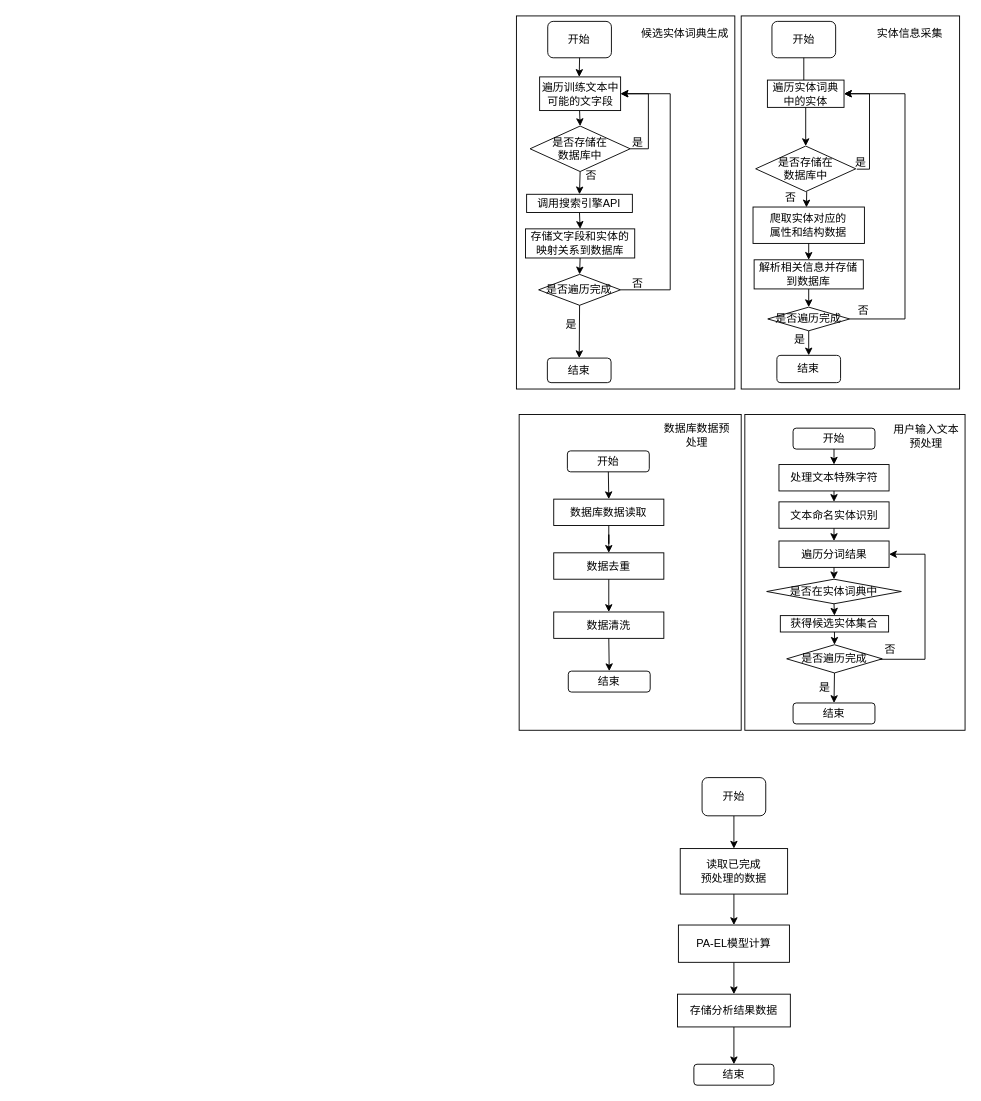
The draw.io diagram 数据采集.drawio in gcy519/try, before the edit. Source tidied: cells renumbered, new cells numbered last; positions are measured from the earlier drawing's top-left corner, leaving out a move shared by most shapes. Both pictures are drawn from the tidied source at 91%, with x=0, y=0 at pixel (516, 15).
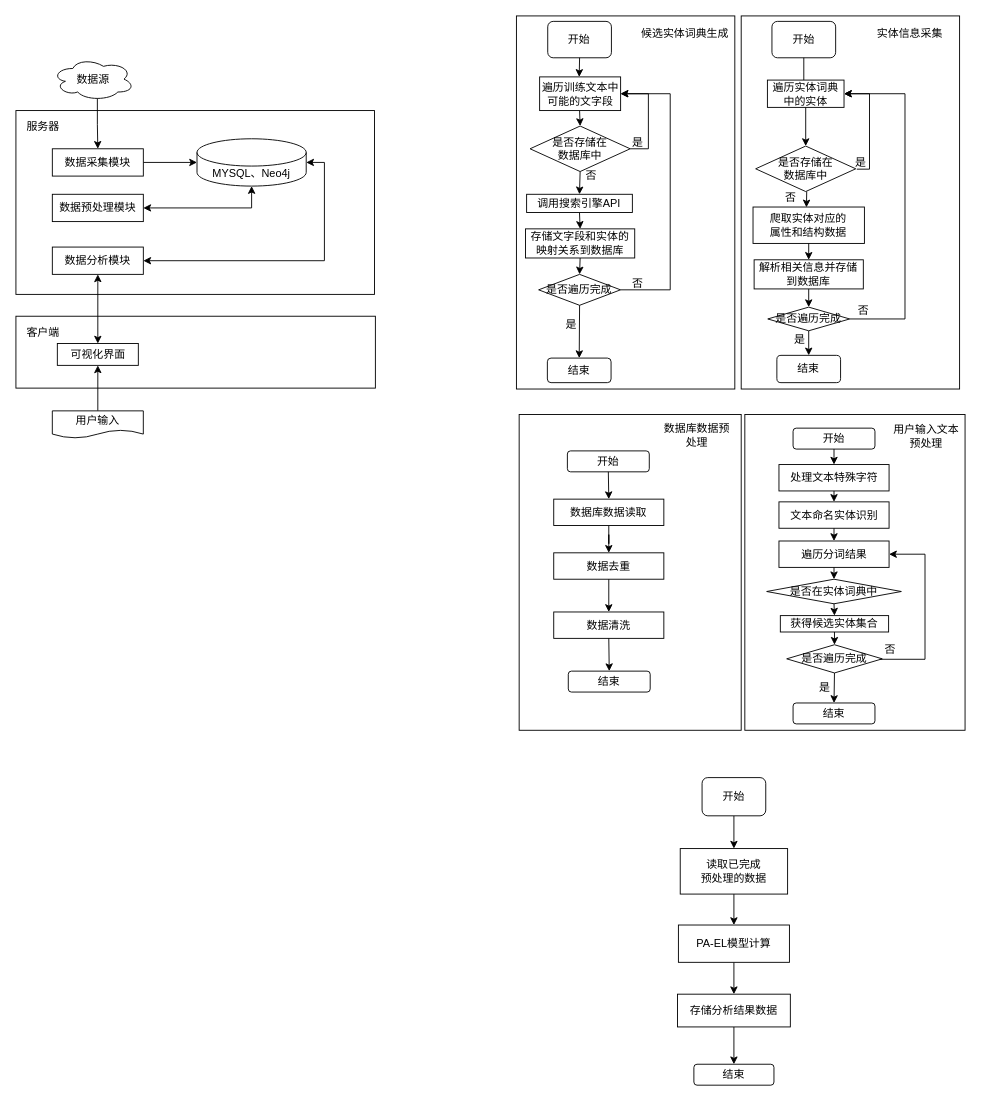
After the change.

Diff of the diagram source:
```diff
@@
+    <mxCell id="84" value="数据源" style="ellipse;shape=cloud;whiteSpace=wrap;html=1;" parent="1" vertex="1">
+      <mxGeometry x="-510" y="46" width="90" height="47" as="geometry" />
+    </mxCell>
+    <mxCell id="85" style="rounded=0;whiteSpace=wrap;html=1;" parent="1" vertex="1">
+      <mxGeometry x="-550" y="104" width="394" height="202" as="geometry" />
+    </mxCell>
+    <mxCell id="86" value="服务器" style="text;html=1;strokeColor=none;fillColor=none;align=center;verticalAlign=middle;whiteSpace=wrap;rounded=0;" parent="1" vertex="1">
+      <mxGeometry x="-550" y="107" width="60" height="30" as="geometry" />
+    </mxCell>
+    <mxCell id="87" style="rounded=0;whiteSpace=wrap;html=1;" parent="1" vertex="1">
+      <mxGeometry x="-550" y="330" width="395" height="79" as="geometry" />
+    </mxCell>
+    <mxCell id="88" value="客户端" style="text;html=1;strokeColor=none;fillColor=none;align=center;verticalAlign=middle;whiteSpace=wrap;rounded=0;" parent="1" vertex="1">
+      <mxGeometry x="-550" y="333" width="60" height="30" as="geometry" />
+    </mxCell>
+    <mxCell id="89" style="edgeStyle=orthogonalEdgeStyle;rounded=0;jettySize=auto;html=1;exitX=1;exitY=0.5;exitDx=0;exitDy=0;entryX=0;entryY=0.5;entryDx=0;entryDy=0;entryPerimeter=0;" parent="1" edge="1" source="90" target="93">
+      <mxGeometry relative="1" as="geometry" />
+    </mxCell>
+    <mxCell id="90" value="数据采集模块" style="rounded=0;whiteSpace=wrap;html=1;" parent="1" vertex="1">
+      <mxGeometry x="-510" y="146" width="100" height="30" as="geometry" />
+    </mxCell>
+    <mxCell id="91" style="edgeStyle=orthogonalEdgeStyle;rounded=0;jettySize=auto;html=1;exitX=1;exitY=0.5;exitDx=0;exitDy=0;entryX=0.5;entryY=1;entryDx=0;entryDy=0;entryPerimeter=0;startArrow=classic;startFill=1;" parent="1" edge="1" source="92" target="93">
+      <mxGeometry relative="1" as="geometry" />
+    </mxCell>
+    <mxCell id="92" value="数据预处理模块" style="rounded=0;whiteSpace=wrap;html=1;" parent="1" vertex="1">
+      <mxGeometry x="-510" y="196" width="100" height="30" as="geometry" />
+    </mxCell>
+    <mxCell id="93" value="MYSQL、Neo4j" style="shape=cylinder3;whiteSpace=wrap;html=1;boundedLbl=1;backgroundOutline=1;size=15;" parent="1" vertex="1">
+      <mxGeometry x="-351" y="135" width="120" height="52" as="geometry" />
+    </mxCell>
+    <mxCell id="94" style="edgeStyle=orthogonalEdgeStyle;rounded=0;jettySize=auto;html=1;exitX=1;exitY=0.5;exitDx=0;exitDy=0;entryX=1;entryY=0.5;entryDx=0;entryDy=0;entryPerimeter=0;startArrow=classic;startFill=1;" parent="1" edge="1" source="95" target="93">
+      <mxGeometry relative="1" as="geometry" />
+    </mxCell>
+    <mxCell id="95" value="数据分析模块" style="rounded=0;whiteSpace=wrap;html=1;" parent="1" vertex="1">
+      <mxGeometry x="-510" y="254" width="100" height="30" as="geometry" />
+    </mxCell>
+    <mxCell id="96" style="edgeStyle=orthogonalEdgeStyle;rounded=0;jettySize=auto;html=1;exitX=0.5;exitY=0;exitDx=0;exitDy=0;entryX=0.5;entryY=1;entryDx=0;entryDy=0;startArrow=classic;startFill=1;" parent="1" edge="1" source="97" target="95">
+      <mxGeometry relative="1" as="geometry" />
+    </mxCell>
+    <mxCell id="97" value="可视化界面" style="rounded=0;whiteSpace=wrap;html=1;" parent="1" vertex="1">
+      <mxGeometry x="-504.5" y="360" width="89" height="24" as="geometry" />
+    </mxCell>
+    <mxCell id="98" style="edgeStyle=orthogonalEdgeStyle;rounded=0;jettySize=auto;html=1;exitX=0.5;exitY=0;exitDx=0;exitDy=0;entryX=0.5;entryY=1;entryDx=0;entryDy=0;startArrow=none;startFill=0;" parent="1" edge="1" source="99" target="97">
+      <mxGeometry relative="1" as="geometry" />
+    </mxCell>
+    <mxCell id="99" value="用户输入" style="shape=document;whiteSpace=wrap;html=1;boundedLbl=1;" parent="1" vertex="1">
+      <mxGeometry x="-510" y="434" width="100" height="30" as="geometry" />
+    </mxCell>
+    <mxCell id="100" style="edgeStyle=orthogonalEdgeStyle;rounded=0;jettySize=auto;html=1;exitX=0.55;exitY=0.95;exitDx=0;exitDy=0;exitPerimeter=0;startArrow=none;startFill=0;" parent="1" edge="1" source="84" target="90">
+      <mxGeometry relative="1" as="geometry" />
+    </mxCell>
```
